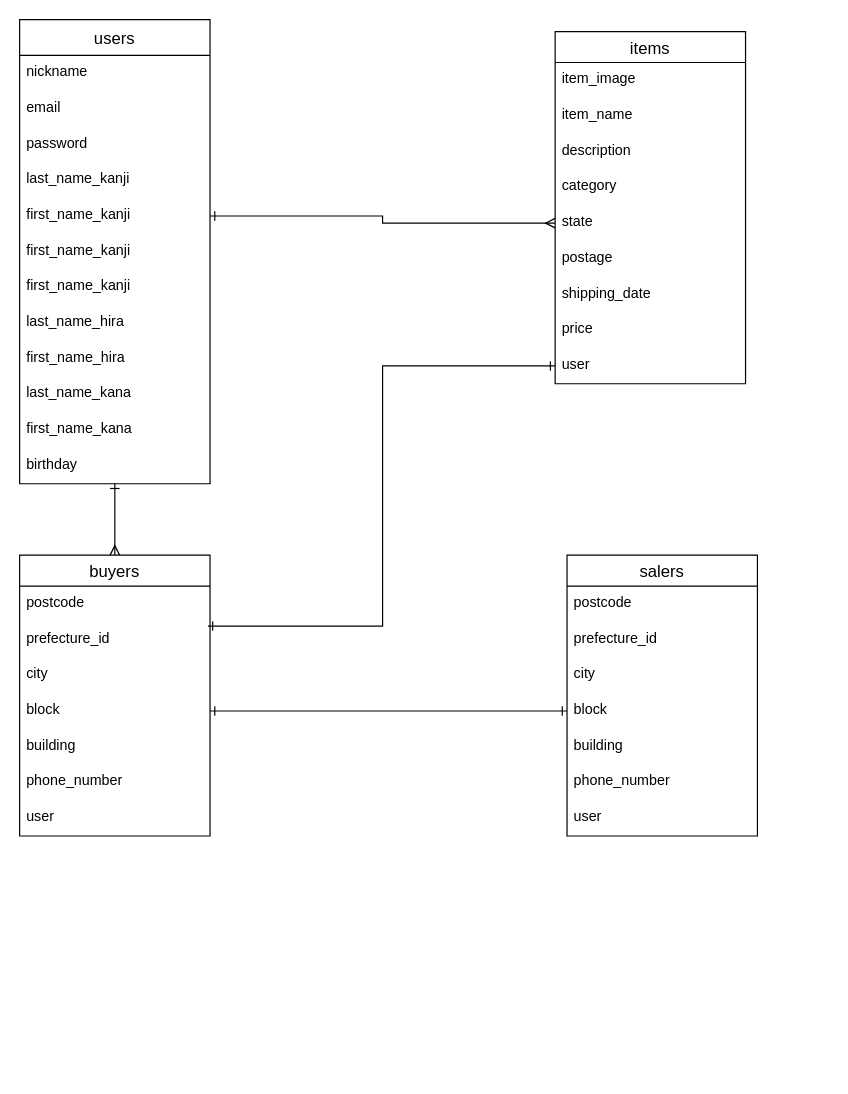
Above: furima-32897.dio in kei-sasaki-rgb-cell/furima-32897 (draw.io), before the change. Source tidied: cells renumbered, new cells numbered last; positions are measured from the earlier drawing's top-left corner, leaving out a move shared by most shapes. Both pictures are drawn from the tidied source at 119%, with x=0, y=0 at pixel (19, 19).
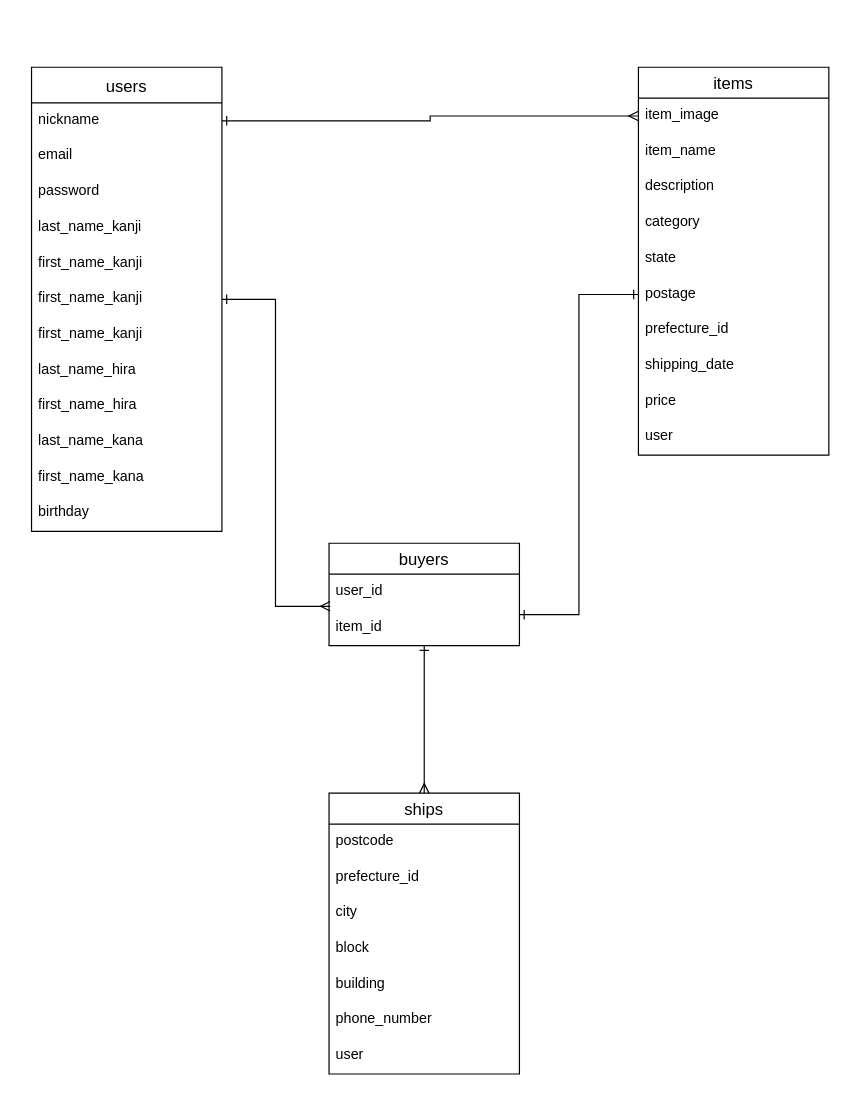
The same diagram, later.

Commit message (it also covers changes not shown here):
ER図、READMEの修正

・itemsテーブルの「item_image」と「item_name」の「item_」の部分を削除

・itemsテーブルのprefecture_id(都道府県カラム)の追加、またactive hashを使う所にはinteger型を記入し、カラムの末尾に_idをつけた。

・shipsテーブルのpostcodeの型をinteger型からstring型に変更。

・prefecture_idの型をinteger型に変更。

Unchanged cells that the change refers to:
```xml
<mxCell id="4" value="nickname" style="text;strokeColor=none;fillColor=none;spacingLeft=4;spacingRight=4;overflow=hidden;points=[[0,0.5],[1,0.5]];portConstraint=eastwest;fontSize=12;" parent="3" vertex="1">
  <mxGeometry y="30" width="160" height="30" as="geometry" />
</mxCell>
<mxCell id="8" value="first_name_kanji" style="text;strokeColor=none;fillColor=none;spacingLeft=4;spacingRight=4;overflow=hidden;points=[[0,0.5],[1,0.5]];portConstraint=eastwest;fontSize=12;shadow=0;" parent="3" vertex="1">
  <mxGeometry y="150" width="160" height="30" as="geometry" />
</mxCell>
<mxCell id="9" value="first_name_kanji" style="text;strokeColor=none;fillColor=none;spacingLeft=4;spacingRight=4;overflow=hidden;points=[[0,0.5],[1,0.5]];portConstraint=eastwest;fontSize=12;shadow=0;" parent="3" vertex="1">
  <mxGeometry y="180" width="160" height="30" as="geometry" />
</mxCell>
<mxCell id="17" value="item_image" style="text;strokeColor=none;fillColor=none;spacingLeft=4;spacingRight=4;overflow=hidden;points=[[0,0.5],[1,0.5]];portConstraint=eastwest;fontSize=12;" parent="16" vertex="1">
  <mxGeometry y="26" width="160" height="30" as="geometry" />
</mxCell>
<mxCell id="21" value="state" style="text;strokeColor=none;fillColor=none;spacingLeft=4;spacingRight=4;overflow=hidden;points=[[0,0.5],[1,0.5]];portConstraint=eastwest;fontSize=12;" parent="16" vertex="1">
  <mxGeometry y="146" width="160" height="30" as="geometry" />
</mxCell>
<mxCell id="22" value="postage" style="text;strokeColor=none;fillColor=none;spacingLeft=4;spacingRight=4;overflow=hidden;points=[[0,0.5],[1,0.5]];portConstraint=eastwest;fontSize=12;" parent="16" vertex="1">
  <mxGeometry y="176" width="160" height="30" as="geometry" />
</mxCell>
<mxCell id="28" value="prefecture_id" style="text;strokeColor=none;fillColor=none;spacingLeft=4;spacingRight=4;overflow=hidden;points=[[0,0.5],[1,0.5]];portConstraint=eastwest;fontSize=12;" parent="26" vertex="1">
  <mxGeometry y="56" width="160" height="30" as="geometry" />
</mxCell>
<mxCell id="30" value="block" style="text;strokeColor=none;fillColor=none;spacingLeft=4;spacingRight=4;overflow=hidden;points=[[0,0.5],[1,0.5]];portConstraint=eastwest;fontSize=12;" parent="26" vertex="1">
  <mxGeometry y="116" width="160" height="30" as="geometry" />
</mxCell>
```

Diff of the diagram source:
```diff
@@
-    <mxCell id="2" style="edgeStyle=orthogonalEdgeStyle;rounded=0;jettySize=auto;html=1;entryX=0.5;entryY=0;entryDx=0;entryDy=0;startArrow=ERone;startFill=0;endArrow=ERmany;endFill=0;" parent="1" edge="1" source="3" target="26">
-      <mxGeometry relative="1" as="geometry" />
-    </mxCell>
     <mxCell id="3" value="users" style="swimlane;fontStyle=0;horizontal=1;startSize=30;align=center;fontSize=14;" parent="1" vertex="1">
-      <mxGeometry width="160" height="390" as="geometry" />
+      <mxGeometry x="10" y="40" width="160" height="390" as="geometry" />
     </mxCell>
@@
     <mxCell id="16" value="items" style="swimlane;fontStyle=0;horizontal=1;startSize=26;align=center;fontSize=14;swimlaneFillColor=none;" parent="1" vertex="1">
-      <mxGeometry x="450" y="10" width="160" height="296" as="geometry" />
+      <mxGeometry x="520" y="40" width="160" height="326" as="geometry" />
     </mxCell>
@@
+    <mxCell id="36" value="prefecture_id" style="text;strokeColor=none;fillColor=none;spacingLeft=4;spacingRight=4;overflow=hidden;fontSize=12;" parent="16" vertex="1">
+      <mxGeometry y="206" width="160" height="30" as="geometry" />
+    </mxCell>
     <mxCell id="23" value="shipping_date" style="text;strokeColor=none;fillColor=none;spacingLeft=4;spacingRight=4;overflow=hidden;fontSize=12;" parent="16" vertex="1">
-      <mxGeometry y="206" width="160" height="30" as="geometry" />
+      <mxGeometry y="236" width="160" height="30" as="geometry" />
     </mxCell>
     <mxCell id="24" value="price" style="text;strokeColor=none;fillColor=none;spacingLeft=4;spacingRight=4;overflow=hidden;fontSize=12;" parent="16" vertex="1">
-      <mxGeometry y="236" width="160" height="30" as="geometry" />
+      <mxGeometry y="266" width="160" height="30" as="geometry" />
     </mxCell>
     <mxCell id="25" value="user" style="text;strokeColor=none;fillColor=none;spacingLeft=4;spacingRight=4;overflow=hidden;points=[[0,0.5],[1,0.5]];portConstraint=eastwest;fontSize=12;" parent="16" vertex="1">
-      <mxGeometry y="266" width="160" height="30" as="geometry" />
+      <mxGeometry y="296" width="160" height="30" as="geometry" />
     </mxCell>
-    <mxCell id="26" value="buyers" style="swimlane;fontStyle=0;horizontal=1;startSize=26;align=center;fontSize=14;" parent="1" vertex="1">
-      <mxGeometry y="450" width="160" height="236" as="geometry" />
+    <mxCell id="26" value="ships" style="swimlane;fontStyle=0;horizontal=1;startSize=26;align=center;fontSize=14;" parent="1" vertex="1">
+      <mxGeometry x="260" y="650" width="160" height="236" as="geometry" />
     </mxCell>
@@
-    <mxCell id="34" value="salers" style="swimlane;fontStyle=0;horizontal=1;startSize=26;align=center;fontSize=14;" parent="1" vertex="1">
-      <mxGeometry x="460" y="450" width="160" height="236" as="geometry" />
-    </mxCell>
-    <mxCell id="35" value="postcode" style="text;strokeColor=none;fillColor=none;spacingLeft=4;spacingRight=4;overflow=hidden;fontSize=12;" parent="34" vertex="1">
-      <mxGeometry y="26" width="160" height="30" as="geometry" />
-    </mxCell>
-    <mxCell id="36" value="prefecture_id" style="text;strokeColor=none;fillColor=none;spacingLeft=4;spacingRight=4;overflow=hidden;fontSize=12;" parent="34" vertex="1">
-      <mxGeometry y="56" width="160" height="30" as="geometry" />
-    </mxCell>
-    <mxCell id="37" value="city" style="text;strokeColor=none;fillColor=none;spacingLeft=4;spacingRight=4;overflow=hidden;fontSize=12;" parent="34" vertex="1">
-      <mxGeometry y="86" width="160" height="30" as="geometry" />
-    </mxCell>
-    <mxCell id="38" value="block" style="text;strokeColor=none;fillColor=none;spacingLeft=4;spacingRight=4;overflow=hidden;points=[[0,0.5],[1,0.5]];portConstraint=eastwest;fontSize=12;" parent="34" vertex="1">
-      <mxGeometry y="116" width="160" height="30" as="geometry" />
-    </mxCell>
-    <mxCell id="39" value="building" style="text;strokeColor=none;fillColor=none;spacingLeft=4;spacingRight=4;overflow=hidden;fontSize=12;" parent="34" vertex="1">
-      <mxGeometry y="146" width="160" height="30" as="geometry" />
-    </mxCell>
-    <mxCell id="40" value="phone_number" style="text;strokeColor=none;fillColor=none;spacingLeft=4;spacingRight=4;overflow=hidden;fontSize=12;" parent="34" vertex="1">
-      <mxGeometry y="176" width="160" height="30" as="geometry" />
-    </mxCell>
-    <mxCell id="41" value="user" style="text;strokeColor=none;fillColor=none;spacingLeft=4;spacingRight=4;overflow=hidden;fontSize=12;" parent="34" vertex="1">
-      <mxGeometry y="206" width="160" height="30" as="geometry" />
-    </mxCell>
@@
-    <mxCell id="43" style="edgeStyle=orthogonalEdgeStyle;rounded=0;jettySize=auto;html=1;startArrow=ERone;startFill=0;endArrow=ERmany;endFill=0;" parent="1" edge="1" source="8" target="21">
-      <mxGeometry relative="1" as="geometry" />
-    </mxCell>
-    <mxCell id="44" style="edgeStyle=orthogonalEdgeStyle;rounded=0;jettySize=auto;html=1;startArrow=ERone;startFill=0;endArrow=ERone;endFill=0;entryX=0.989;entryY=0.12;entryDx=0;entryDy=0;entryPerimeter=0;" parent="1" edge="1" source="25" target="28">
-      <mxGeometry relative="1" as="geometry" />
-    </mxCell>
-    <mxCell id="45" style="edgeStyle=orthogonalEdgeStyle;rounded=0;jettySize=auto;html=1;entryX=0;entryY=0.5;entryDx=0;entryDy=0;startArrow=ERone;startFill=0;endArrow=ERone;endFill=0;" parent="1" edge="1" source="30" target="38">
-      <mxGeometry relative="1" as="geometry" />
-    </mxCell>
+    <mxCell id="46" style="edgeStyle=orthogonalEdgeStyle;rounded=0;jettySize=auto;html=1;entryX=0.5;entryY=0;entryDx=0;entryDy=0;startArrow=ERone;startFill=0;endArrow=ERmany;endFill=0;" parent="1" edge="1" source="47" target="26">
+      <mxGeometry relative="1" as="geometry" />
+    </mxCell>
+    <mxCell id="47" value="buyers" style="swimlane;fontStyle=0;horizontal=1;startSize=26;align=center;fontSize=14;" parent="1" vertex="1">
+      <mxGeometry x="260" y="440" width="160" height="86" as="geometry" />
+    </mxCell>
+    <mxCell id="48" value="user_id" style="text;strokeColor=none;fillColor=none;spacingLeft=4;spacingRight=4;overflow=hidden;fontSize=12;" parent="47" vertex="1">
+      <mxGeometry y="26" width="160" height="30" as="geometry" />
+    </mxCell>
+    <mxCell id="49" value="item_id" style="text;strokeColor=none;fillColor=none;spacingLeft=4;spacingRight=4;overflow=hidden;points=[[0,0.5],[1,0.5]];portConstraint=eastwest;fontSize=12;" parent="47" vertex="1">
+      <mxGeometry y="56" width="160" height="30" as="geometry" />
+    </mxCell>
+    <mxCell id="50" style="edgeStyle=orthogonalEdgeStyle;rounded=0;jettySize=auto;html=1;exitX=1;exitY=0.5;exitDx=0;exitDy=0;entryX=0.006;entryY=-0.1;entryDx=0;entryDy=0;entryPerimeter=0;startArrow=ERone;startFill=0;endArrow=ERmany;endFill=0;" parent="1" edge="1" source="9" target="49">
+      <mxGeometry relative="1" as="geometry" />
+    </mxCell>
+    <mxCell id="51" style="edgeStyle=orthogonalEdgeStyle;rounded=0;jettySize=auto;html=1;entryX=0;entryY=0.5;entryDx=0;entryDy=0;startArrow=ERone;startFill=0;endArrow=ERone;endFill=0;" parent="1" edge="1" source="49" target="22">
+      <mxGeometry relative="1" as="geometry">
+        <Array as="points">
+          <mxPoint x="470" y="500" />
+          <mxPoint x="470" y="231" />
+        </Array>
+      </mxGeometry>
+    </mxCell>
+    <mxCell id="52" style="edgeStyle=orthogonalEdgeStyle;rounded=0;jettySize=auto;html=1;startArrow=ERone;startFill=0;endArrow=ERmany;endFill=0;" parent="1" edge="1" source="4" target="17">
+      <mxGeometry relative="1" as="geometry" />
+    </mxCell>
```
